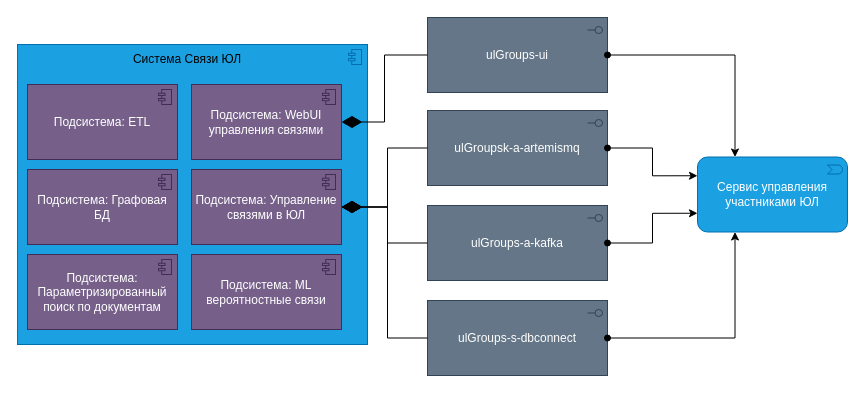
The draw.io diagram page "UlGroups" (2 of 4) of Task3/src/as.drawio in kkeker/unicredit-tasks-sa, before the edit. Source tidied: cells renumbered, new cells numbered last; positions are measured from the earlier drawing's top-left corner, leaving out a move shared by most shapes. Both pictures are drawn from the tidied source at 100%, with x=0, y=0 at pixel (17, 17).
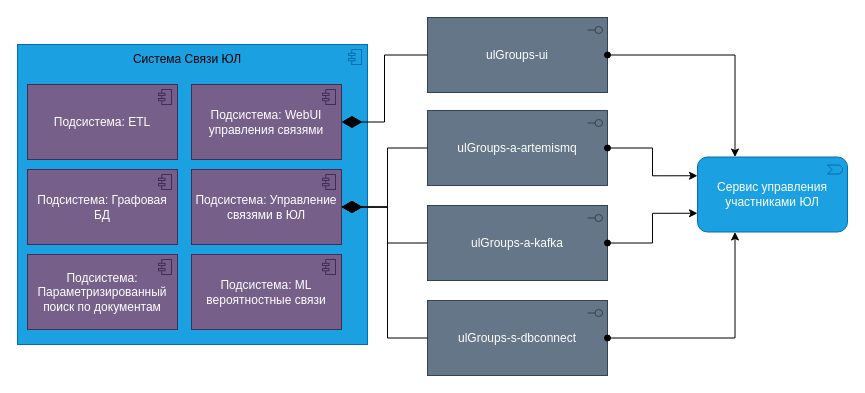
Above is the later version.

Diff of the diagram source:
```diff
@@
-    <mxCell id="4" value="ulGroupsk-a-artemismq" style="html=1;outlineConnect=0;whiteSpace=wrap;fillColor=#647687;shape=mxgraph.archimate3.application;appType=interface;archiType=square;fontColor=#ffffff;strokeColor=#314354;" parent="1" vertex="1">
+    <mxCell id="4" value="ulGroups-a-artemismq" style="html=1;outlineConnect=0;whiteSpace=wrap;fillColor=#647687;shape=mxgraph.archimate3.application;appType=interface;archiType=square;fontColor=#ffffff;strokeColor=#314354;" parent="1" vertex="1">
       <mxGeometry x="410" y="93" width="180" height="75" as="geometry" />
     </mxCell>
```
